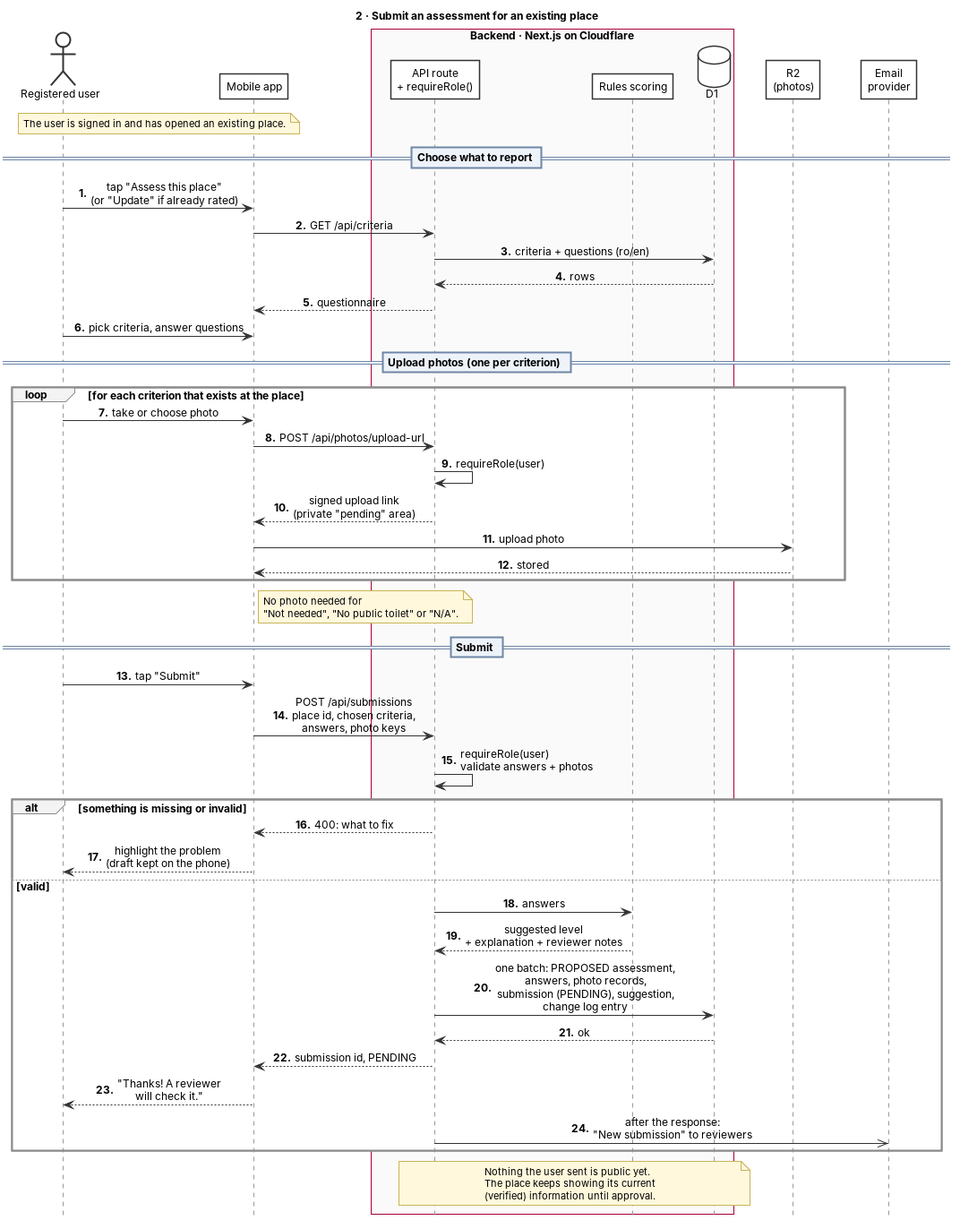
This is docs/architecture/08b_seq_submit.png from marinelavoda/Accessibility-Map, a PlantUML export, as it was before one commit. Its source is kept beside it as docs/architecture/08b_seq_submit.puml.
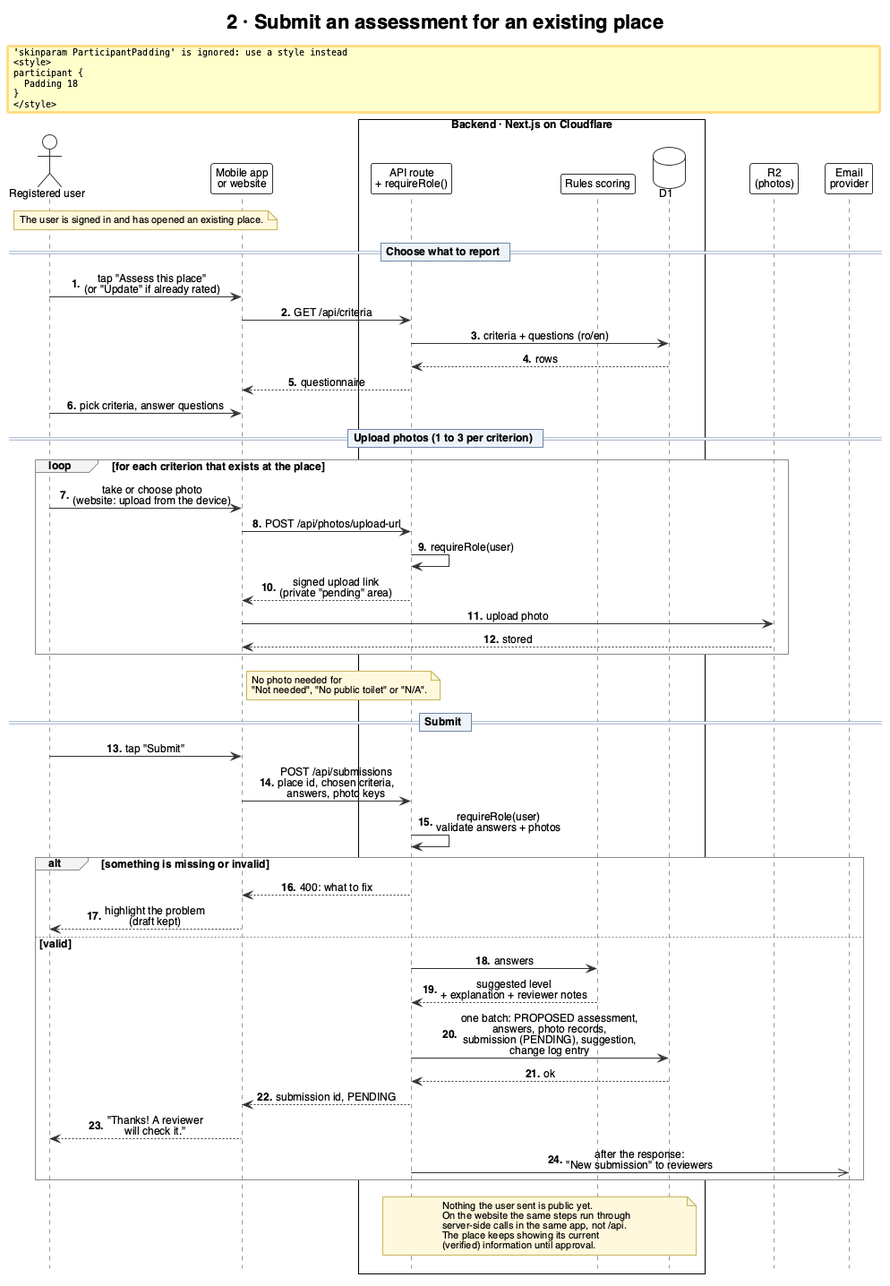
Above is the later version.

Diff of the diagram source:
```diff
@@ -3,7 +3,7 @@
 title 2 · Submit an assessment for an existing place
 
 actor "Registered user" as U
-participant "Mobile app" as App
+participant "Mobile app\nor website" as App
 box "Backend · Next.js on Cloudflare" #FAFAFA
   participant "API route\n+ requireRole()" as API
   participant "Rules scoring" as Score
@@ -22,9 +22,9 @@
 API --> App : questionnaire
 U -> App : pick criteria, answer questions
 
-== Upload photos (one per criterion) ==
+== Upload photos (1 to 3 per criterion) ==
 loop for each criterion that exists at the place
-  U -> App : take or choose photo
+  U -> App : take or choose photo\n(website: upload from the device)
   App -> API : POST /api/photos/upload-url
   API -> API : requireRole(user)
   API --> App : signed upload link\n(private "pending" area)
@@ -40,7 +40,7 @@
 
 alt something is missing or invalid
   API --> App : 400: what to fix
-  App --> U : highlight the problem\n(draft kept on the phone)
+  App --> U : highlight the problem\n(draft kept)
 else valid
   API -> Score : answers
   Score --> API : suggested level\n+ explanation + reviewer notes
@@ -53,6 +53,8 @@
 
 note over API, DB
   Nothing the user sent is public yet.
+  On the website the same steps run through
+  server-side calls in the same app, not /api.
   The place keeps showing its current
   (verified) information until approval.
 end note
```
